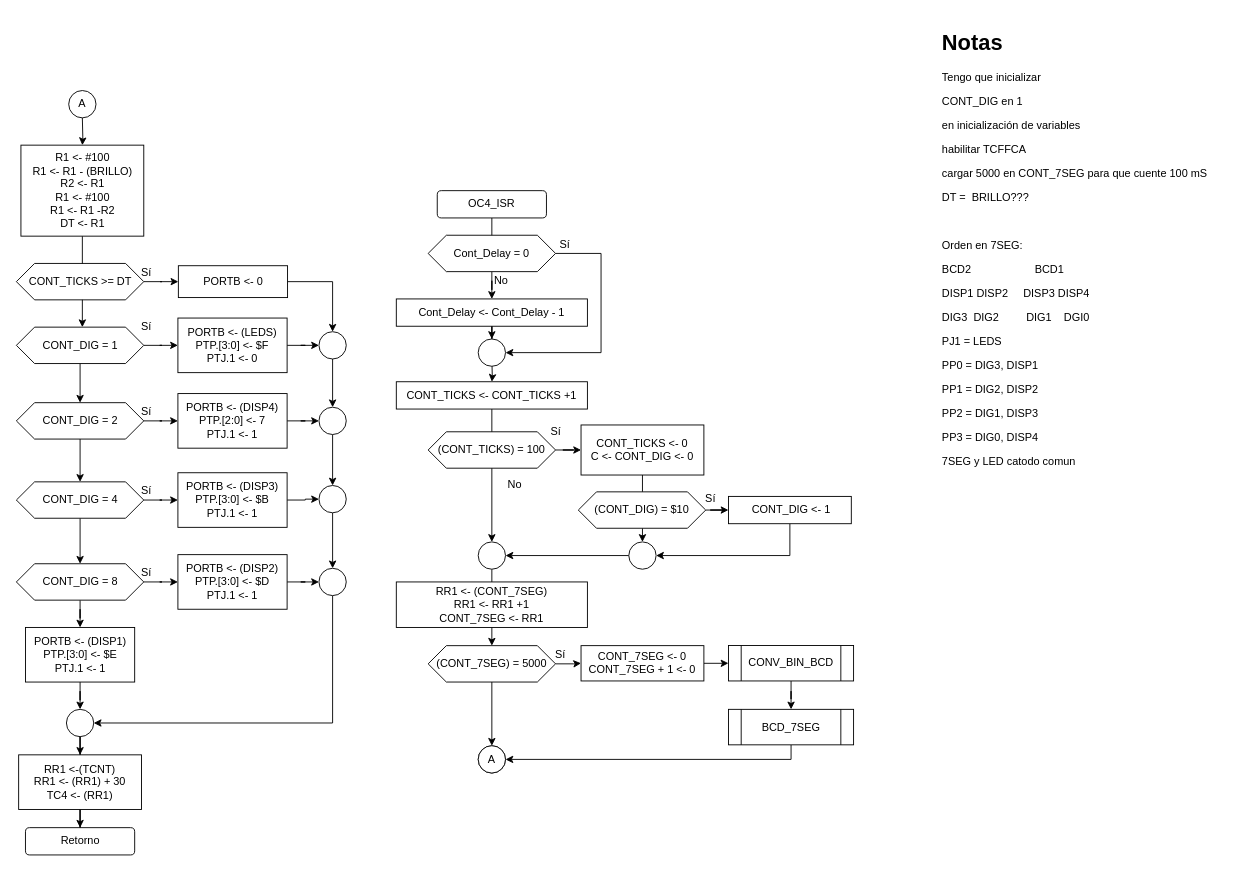
Above: Tarea 5/OC4_ISR.drawio in robz25/Microprocesadores (draw.io), before the change. Source tidied: cells renumbered, new cells numbered last; positions are measured from the earlier drawing's top-left corner, leaving out a move shared by most shapes. Both pictures are drawn from the tidied source at 91%, with x=0, y=0 at pixel (16, 25).
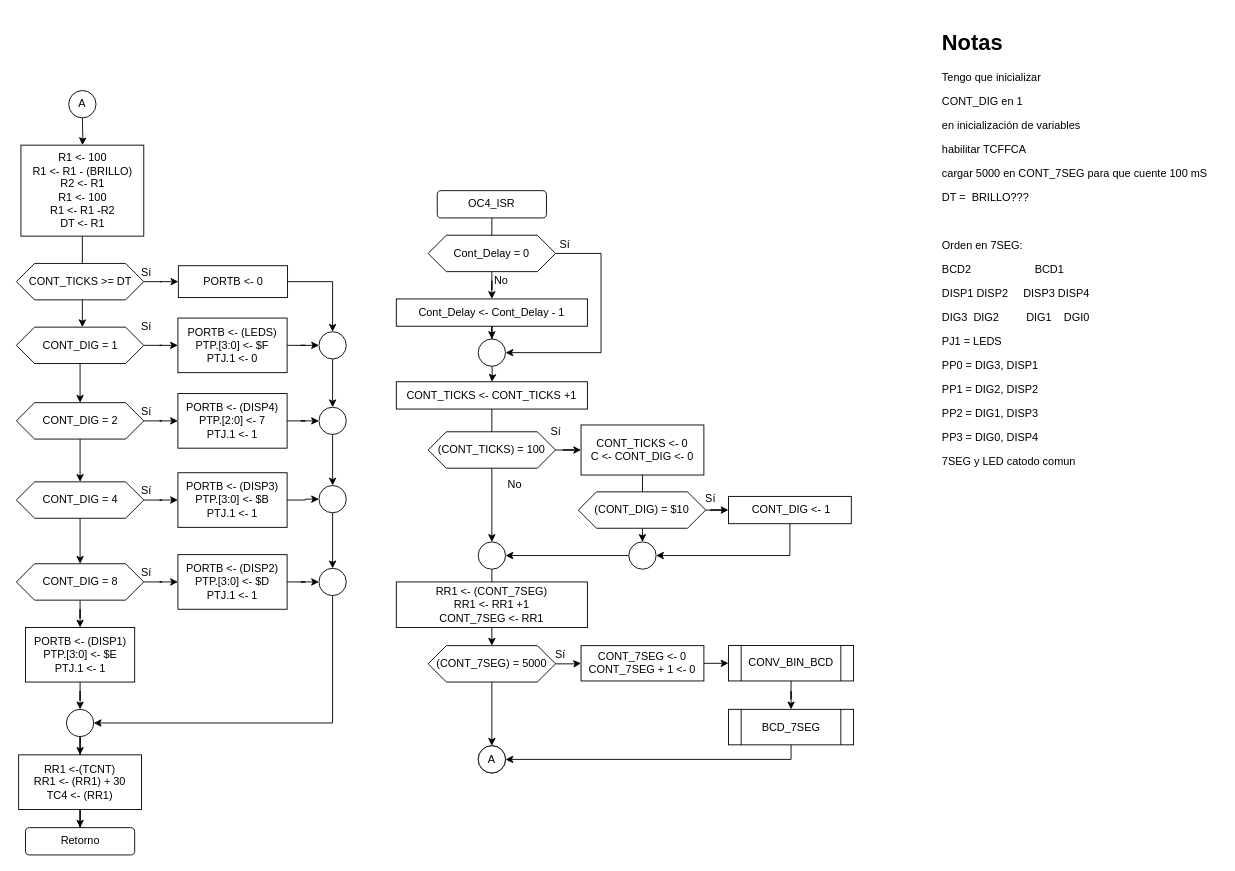
The same diagram, later.

The edit, as a diff of the source:
```diff
@@
-    <mxCell id="49" value="&lt;div&gt;R1 &amp;lt;- #100&lt;/div&gt;&lt;div&gt;R1 &amp;lt;- R1 - (BRILLO)&lt;br&gt;&lt;/div&gt;&lt;div&gt;R2 &amp;lt;- R1&lt;/div&gt;&lt;div&gt;R1 &amp;lt;- #100&lt;/div&gt;&lt;div&gt;R1 &amp;lt;- R1 -R2&lt;/div&gt;&lt;div&gt;DT &amp;lt;- R1&lt;br&gt;&lt;/div&gt;" style="whiteSpace=wrap;html=1;" parent="1" vertex="1">
+    <mxCell id="49" value="&lt;div&gt;R1 &amp;lt;- 100&lt;/div&gt;&lt;div&gt;R1 &amp;lt;- R1 - (BRILLO)&lt;br&gt;&lt;/div&gt;&lt;div&gt;R2 &amp;lt;- R1&lt;/div&gt;&lt;div&gt;R1 &amp;lt;- 100&lt;/div&gt;&lt;div&gt;R1 &amp;lt;- R1 -R2&lt;/div&gt;&lt;div&gt;DT &amp;lt;- R1&lt;br&gt;&lt;/div&gt;" style="whiteSpace=wrap;html=1;" parent="1" vertex="1">
       <mxGeometry x="4.5" y="132" width="135" height="100" as="geometry" />
     </mxCell>
```
